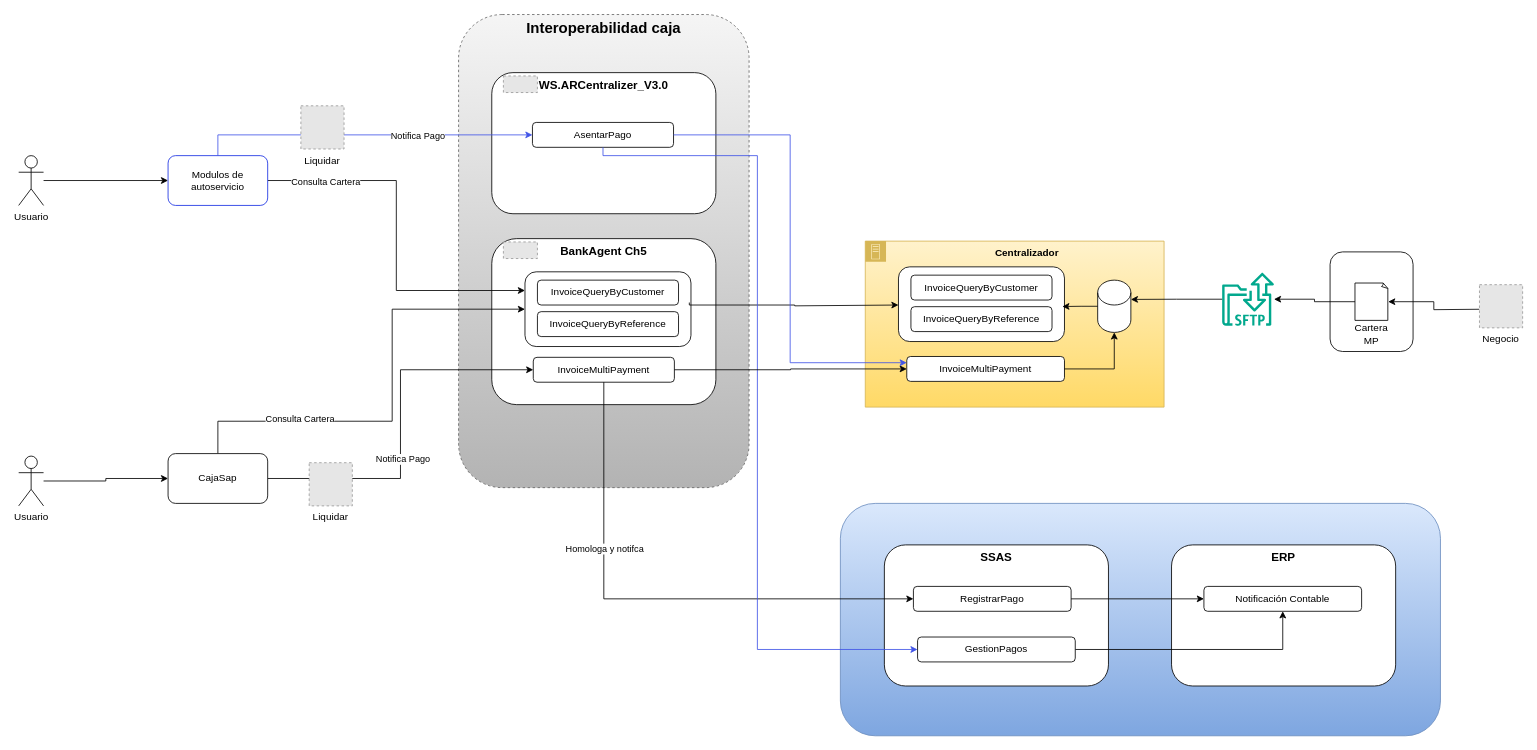
Earlier version of the draw.io diagram page "Físico" (1 of 2) of MedicinaPrepagada.drawio (carlosvalderrama1204/diagrams). Source tidied: cells renumbered, new cells numbered last; positions are measured from the earlier drawing's top-left corner, leaving out a move shared by most shapes. Both pictures are drawn from the tidied source at 83%, with x=0, y=0 at pixel (18, 14). Pictures stored in the file or linked from it are replaced by grey dashed boxes.
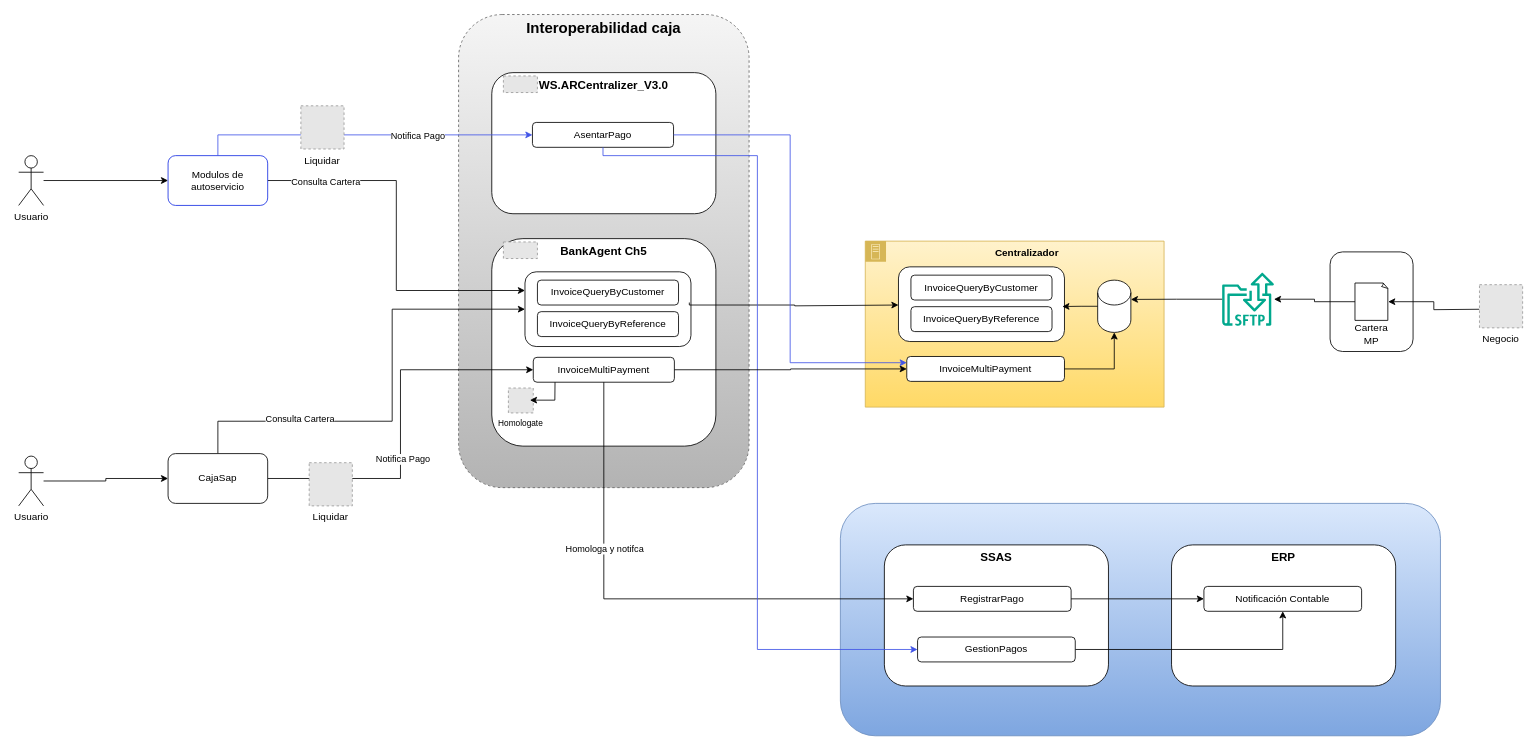
Above is the later version.

Change to the diagram source:
```diff
@@
-    <mxCell id="2" style="rounded=1;whiteSpace=wrap;html=1;fillColor=#dae8fc;gradientColor=#7ea6e0;strokeColor=#6c8ebf;" parent="1" vertex="1">
-      <mxGeometry x="990" y="589" width="723" height="280" as="geometry" />
-    </mxCell>
@@
     <mxCell id="4" value="BankAgent Ch5" style="rounded=1;whiteSpace=wrap;html=1;verticalAlign=top;fontStyle=1;fontSize=14;" parent="1" vertex="1">
-      <mxGeometry x="570" y="270" width="270" height="200" as="geometry" />
+      <mxGeometry x="570" y="270" width="270" height="250" as="geometry" />
     </mxCell>
+    <mxCell id="2" style="rounded=1;whiteSpace=wrap;html=1;fillColor=#dae8fc;gradientColor=#7ea6e0;strokeColor=#6c8ebf;" parent="1" vertex="1">
+      <mxGeometry x="990" y="589" width="723" height="280" as="geometry" />
+    </mxCell>
@@
+    <mxCell id="58" value="Homologate" style="fillColor=#E6E6E6;strokeColor=#999999;dashed=1;verticalLabelPosition=bottom;labelBackgroundColor=default;verticalAlign=top;fontSize=10;" parent="1" vertex="1">
+      <mxGeometry x="590" y="450" width="30" height="30" as="geometry" />
+    </mxCell>
+    <mxCell id="59" style="endArrow=classic;html=1;rounded=0;exitX=0.178;exitY=1.013;exitDx=0;exitDy=0;exitPerimeter=0;" parent="1" edge="1">
+      <mxGeometry relative="1" as="geometry">
+        <mxPoint x="646.2" y="443" as="sourcePoint" />
+        <mxPoint x="616" y="464.6" as="targetPoint" />
+        <Array as="points">
+          <mxPoint x="646" y="464.6" />
+        </Array>
+      </mxGeometry>
+    </mxCell>
```
